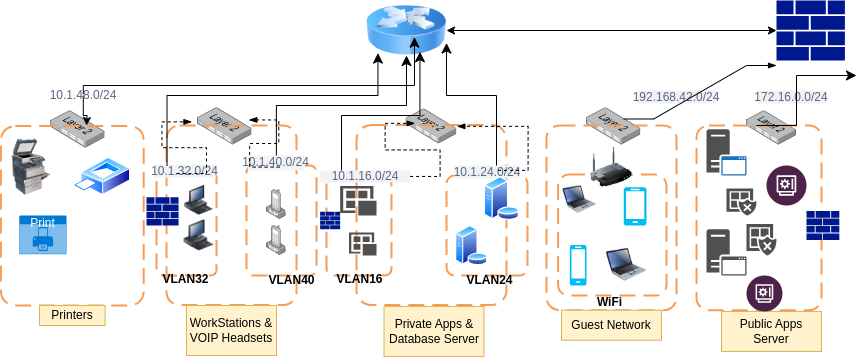
This is secured_network_topology.drawio.png from MwarumbaH-5523/Secured_Networks_Topology, a draw.io export, as it was before one commit. Source tidied: cells renumbered, new cells last; positions are measured from the earlier drawing's top-left corner, leaving out a move shared by most shapes.
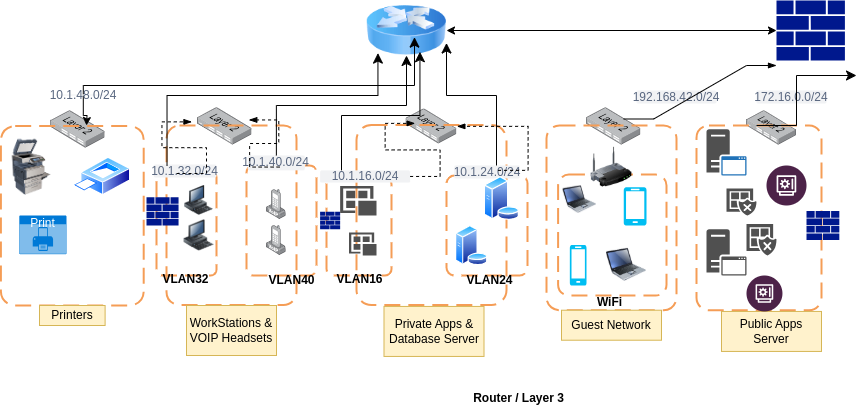
The same file after the commit.

What changed in the source:
```diff
@@ -267,5 +267,8 @@
         </Array>
       </mxGeometry>
     </mxCell>
+    <mxCell id="74" value="Router / Layer 3" style="text;align=center;fontStyle=1;verticalAlign=middle;spacingLeft=3;spacingRight=3;strokeColor=none;html=1;" parent="1" vertex="1">
+      <mxGeometry x="477.6" y="385" width="80" height="26" as="geometry" />
+    </mxCell>
   </root>
 </mxGraphModel>
```
